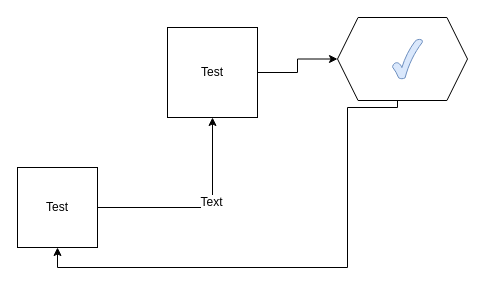
The draw.io diagram microservice/Test.drawio in erik777/tutorial, before the edit. Source tidied: cells renumbered, new cells numbered last; positions are measured from the earlier drawing's top-left corner, leaving out a move shared by most shapes. Both pictures are drawn from the tidied source at 100%, with x=0, y=0 at pixel (17, 17). Pictures stored in the file or linked from it are replaced by grey dashed boxes.
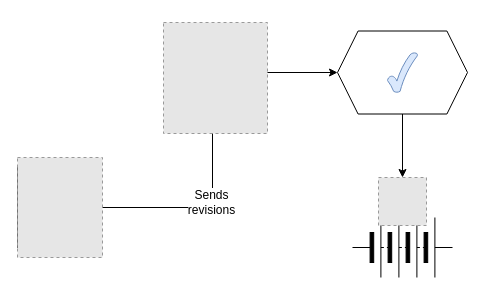
After the change.

The edit, as a diff of the source:
```diff
@@
 <mxGraphModel>
   <root>
     <mxCell id="0" />
     <mxCell id="1" parent="0" />
     <mxCell id="2" style="edgeStyle=orthogonalEdgeStyle;rounded=0;jettySize=auto;html=1;" parent="1" edge="1" source="4" target="6">
-      <mxGeometry relative="1" as="geometry" />
+      <mxGeometry relative="1" as="geometry">
+        <Array as="points">
+          <mxPoint x="195" y="190" />
+        </Array>
+      </mxGeometry>
     </mxCell>
-    <mxCell id="3" value="Text" style="text;html=1;align=center;verticalAlign=middle;labelBackgroundColor=#ffffff;" parent="2" vertex="1">
+    <mxCell id="3" value="&lt;div&gt;Sends&lt;/div&gt;&lt;div&gt;revisions&lt;/div&gt;" style="text;html=1;align=center;verticalAlign=middle;labelBackgroundColor=#ffffff;" parent="2" vertex="1">
       <mxGeometry x="0.1" y="6" relative="1" as="geometry" />
     </mxCell>
     <mxCell id="4" value="Test" style="whiteSpace=wrap;html=1;" parent="1" vertex="1">
       <mxGeometry y="150" width="80" height="80" as="geometry" />
     </mxCell>
     <mxCell id="5" style="edgeStyle=orthogonalEdgeStyle;rounded=0;jettySize=auto;html=1;exitX=1;exitY=0.5;exitDx=0;exitDy=0;entryX=0;entryY=0.5;entryDx=0;entryDy=0;" parent="1" edge="1" source="6" target="8">
       <mxGeometry relative="1" as="geometry" />
     </mxCell>
     <mxCell id="6" value="Test" style="whiteSpace=wrap;html=1;" parent="1" vertex="1">
       <mxGeometry x="150" y="10" width="90" height="90" as="geometry" />
     </mxCell>
-    <mxCell id="7" style="edgeStyle=orthogonalEdgeStyle;rounded=0;jettySize=auto;html=1;entryX=0.5;entryY=1;entryDx=0;entryDy=0;exitX=0.5;exitY=1;exitDx=0;exitDy=0;" parent="1" edge="1" source="8" target="4">
-      <mxGeometry relative="1" as="geometry">
-        <Array as="points">
-          <mxPoint x="380" y="90" />
-          <mxPoint x="330" y="90" />
-          <mxPoint x="330" y="250" />
-          <mxPoint x="40" y="250" />
-        </Array>
-      </mxGeometry>
-    </mxCell>
+    <mxCell id="10" style="edgeStyle=orthogonalEdgeStyle;rounded=0;jettySize=auto;html=1;" parent="1" edge="1" source="8" target="14">
+      <mxGeometry relative="1" as="geometry" />
+    </mxCell>
     <mxCell id="8" style="shape=hexagon;perimeter=hexagonPerimeter2;whiteSpace=wrap;html=1;size=0.15833333333333333;" parent="1" vertex="1">
-      <mxGeometry x="320" width="130" height="83" as="geometry" />
+      <mxGeometry x="320" y="13.5" width="130" height="83" as="geometry" />
     </mxCell>
     <mxCell id="9" style="verticalLabelPosition=bottom;verticalAlign=top;html=1;shape=mxgraph.basic.tick;fillColor=#dae8fc;strokeColor=#6c8ebf;" parent="1" vertex="1">
-      <mxGeometry x="375" y="21.5" width="30" height="40" as="geometry" />
+      <mxGeometry x="370" y="35" width="30" height="40" as="geometry" />
     </mxCell>
+    <mxCell id="11" style="fillColor=#E6E6E6;strokeColor=#999999;dashed=1;verticalLabelPosition=bottom;labelBackgroundColor=#ffffff;verticalAlign=top;" parent="1" vertex="1">
+      <mxGeometry y="140" width="85" height="100" as="geometry" />
+    </mxCell>
+    <mxCell id="12" style="fillColor=#E6E6E6;strokeColor=#999999;dashed=1;verticalLabelPosition=bottom;labelBackgroundColor=#ffffff;verticalAlign=top;" parent="1" vertex="1">
+      <mxGeometry x="146" y="5" width="104" height="111" as="geometry" />
+    </mxCell>
+    <mxCell id="13" style="verticalLabelPosition=bottom;shadow=0;dashed=0;align=center;html=1;verticalAlign=top;shape=mxgraph.electrical.miscellaneous.batteryStack;" parent="1" vertex="1">
+      <mxGeometry x="335" y="200" width="100" height="60" as="geometry" />
+    </mxCell>
+    <mxCell id="14" style="fillColor=#E6E6E6;strokeColor=#999999;dashed=1;html=1;verticalAlign=top;verticalLabelPosition=bottom;labelBackgroundColor=#ffffff;" parent="1" vertex="1">
+      <mxGeometry x="361" y="160" width="48" height="48" as="geometry" />
+    </mxCell>
   </root>
 </mxGraphModel>
```
